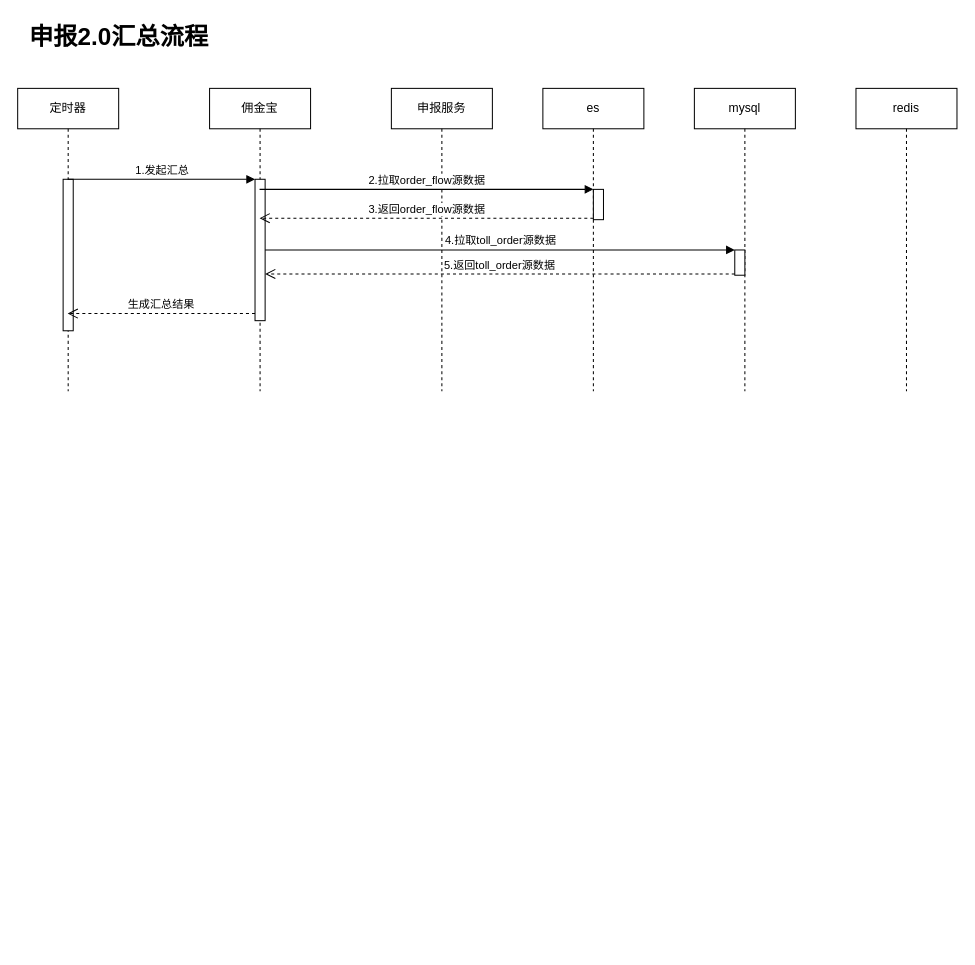
zhuobinchan/my_drow_io keeps this draw.io diagram as declare-2.0.drawio. Above is the earlier version. Source tidied: cells renumbered, new cells numbered last; positions are measured from the earlier drawing's top-left corner, leaving out a move shared by most shapes. Both pictures are drawn from the tidied source at 101%, with x=0, y=0 at pixel (17, 17).
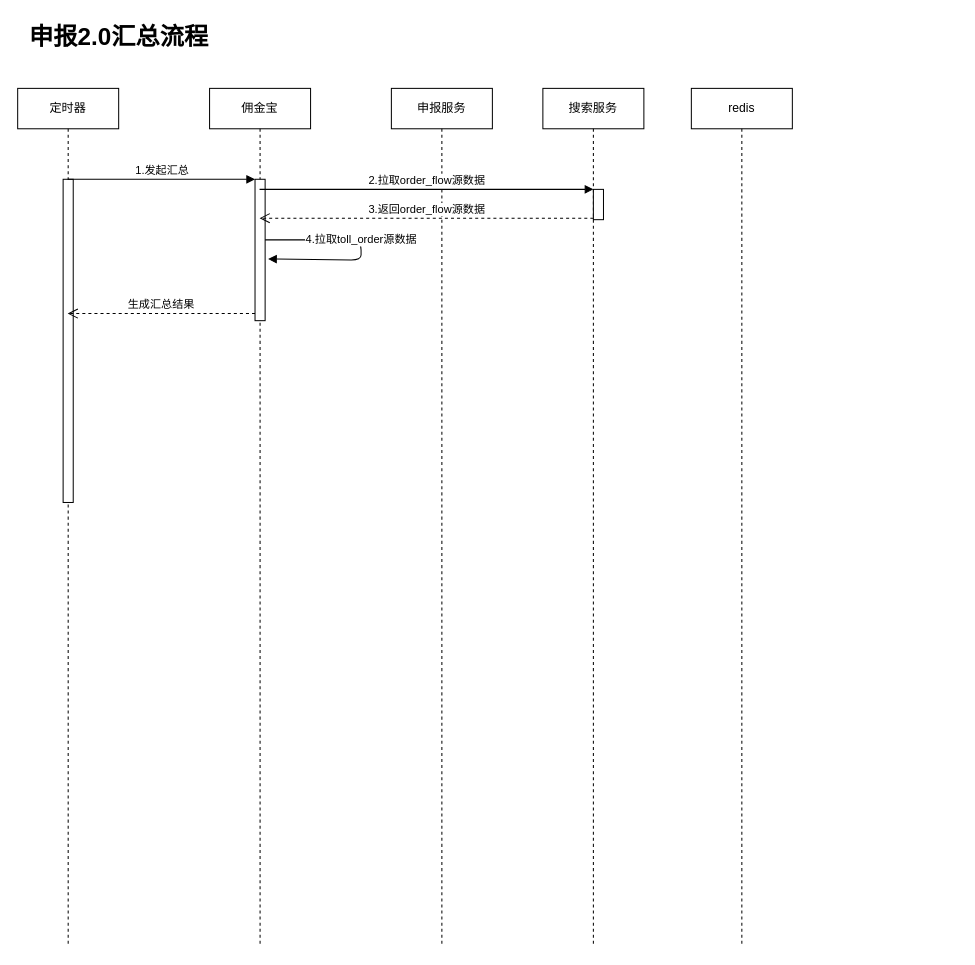
The same page after the edit.

What changed in the source:
```diff
@@
 <mxGraphModel>
   <root>
     <mxCell id="0" />
     <mxCell id="1" parent="0" />
     <mxCell id="2" value="定时器" style="shape=umlLifeline;perimeter=lifelinePerimeter;whiteSpace=wrap;html=1;outlineConnect=0;" parent="1" vertex="1">
-      <mxGeometry y="70" width="100" height="300" as="geometry" />
+      <mxGeometry y="70" width="100" height="850" as="geometry" />
     </mxCell>
     <mxCell id="3" style="html=1;perimeter=orthogonalPerimeter;" parent="2" vertex="1">
-      <mxGeometry x="45" y="90" width="10" height="150" as="geometry" />
+      <mxGeometry x="45" y="90" width="10" height="320" as="geometry" />
     </mxCell>
     <mxCell id="4" value="佣金宝" style="shape=umlLifeline;perimeter=lifelinePerimeter;whiteSpace=wrap;html=1;outlineConnect=0;" parent="1" vertex="1">
-      <mxGeometry x="190" y="70" width="100" height="300" as="geometry" />
+      <mxGeometry x="190" y="70" width="100" height="850" as="geometry" />
     </mxCell>
     <mxCell id="5" style="html=1;points=[];perimeter=orthogonalPerimeter;" parent="4" vertex="1">
       <mxGeometry x="45" y="90" width="10" height="140" as="geometry" />
     </mxCell>
+    <mxCell id="18" value="4.拉取toll_order源数据" style="html=1;verticalAlign=bottom;endArrow=block;entryX=1.3;entryY=0.564;entryDx=0;entryDy=0;entryPerimeter=0;" parent="4" edge="1" source="5" target="5">
+      <mxGeometry relative="1" as="geometry">
+        <Array as="points">
+          <mxPoint x="150" y="160" />
+        </Array>
+      </mxGeometry>
+    </mxCell>
     <mxCell id="6" value="申报服务" style="shape=umlLifeline;perimeter=lifelinePerimeter;whiteSpace=wrap;html=1;" parent="1" vertex="1">
-      <mxGeometry x="370" y="70" width="100" height="300" as="geometry" />
+      <mxGeometry x="370" y="70" width="100" height="850" as="geometry" />
     </mxCell>
-    <mxCell id="7" value="mysql" style="shape=umlLifeline;perimeter=lifelinePerimeter;whiteSpace=wrap;html=1;" parent="1" vertex="1">
-      <mxGeometry x="670" y="70" width="100" height="300" as="geometry" />
-    </mxCell>
-    <mxCell id="8" style="html=1;points=[];perimeter=orthogonalPerimeter;" parent="7" vertex="1">
-      <mxGeometry x="40" y="160" width="10" height="25" as="geometry" />
-    </mxCell>
     <mxCell id="9" value="redis" style="shape=umlLifeline;perimeter=lifelinePerimeter;whiteSpace=wrap;html=1;" parent="1" vertex="1">
-      <mxGeometry x="830" y="70" width="100" height="300" as="geometry" />
+      <mxGeometry x="667" y="70" width="100" height="850" as="geometry" />
     </mxCell>
     <mxCell id="10" value="申报2.0汇总流程" style="text;strokeColor=none;fillColor=none;html=1;fontSize=24;fontStyle=1;verticalAlign=middle;align=center;" parent="1" vertex="1">
       <mxGeometry width="200" height="40" as="geometry" />
     </mxCell>
-    <mxCell id="11" value="es" style="shape=umlLifeline;perimeter=lifelinePerimeter;whiteSpace=wrap;html=1;" parent="1" vertex="1">
-      <mxGeometry x="520" y="70" width="100" height="300" as="geometry" />
+    <mxCell id="11" value="搜索服务" style="shape=umlLifeline;perimeter=lifelinePerimeter;whiteSpace=wrap;html=1;" parent="1" vertex="1">
+      <mxGeometry x="520" y="70" width="100" height="850" as="geometry" />
     </mxCell>
     <mxCell id="12" style="html=1;points=[];perimeter=orthogonalPerimeter;" parent="11" vertex="1">
       <mxGeometry x="50" y="100" width="10" height="30" as="geometry" />
     </mxCell>
     <mxCell id="13" value="1.发起汇总" style="html=1;verticalAlign=bottom;endArrow=block;entryX=0;entryY=0;" parent="1" edge="1" source="2" target="5">
       <mxGeometry relative="1" as="geometry" />
     </mxCell>
     <mxCell id="14" value="生成汇总结果" style="html=1;verticalAlign=bottom;endArrow=open;dashed=1;endSize=8;exitX=0;exitY=0.95;" parent="1" edge="1" source="5" target="2">
       <mxGeometry relative="1" as="geometry" />
     </mxCell>
     <mxCell id="15" value="3.返回order_flow源数据" style="html=1;verticalAlign=bottom;endArrow=open;dashed=1;endSize=8;exitX=0;exitY=0.95;" parent="1" edge="1" source="12" target="4">
       <mxGeometry relative="1" as="geometry" />
     </mxCell>
     <mxCell id="16" value="2.拉取order_flow源数据" style="html=1;verticalAlign=bottom;endArrow=block;entryX=0;entryY=0;" parent="1" edge="1" source="4" target="12">
       <mxGeometry relative="1" as="geometry" />
     </mxCell>
-    <mxCell id="17" value="5.返回toll_order源数据" style="html=1;verticalAlign=bottom;endArrow=open;dashed=1;endSize=8;exitX=0;exitY=0.95;" parent="1" edge="1" source="8" target="5">
-      <mxGeometry relative="1" as="geometry" />
-    </mxCell>
-    <mxCell id="18" value="4.拉取toll_order源数据" style="html=1;verticalAlign=bottom;endArrow=block;entryX=0;entryY=0;" parent="1" edge="1" source="5" target="8">
-      <mxGeometry relative="1" as="geometry" />
-    </mxCell>
   </root>
 </mxGraphModel>
```
